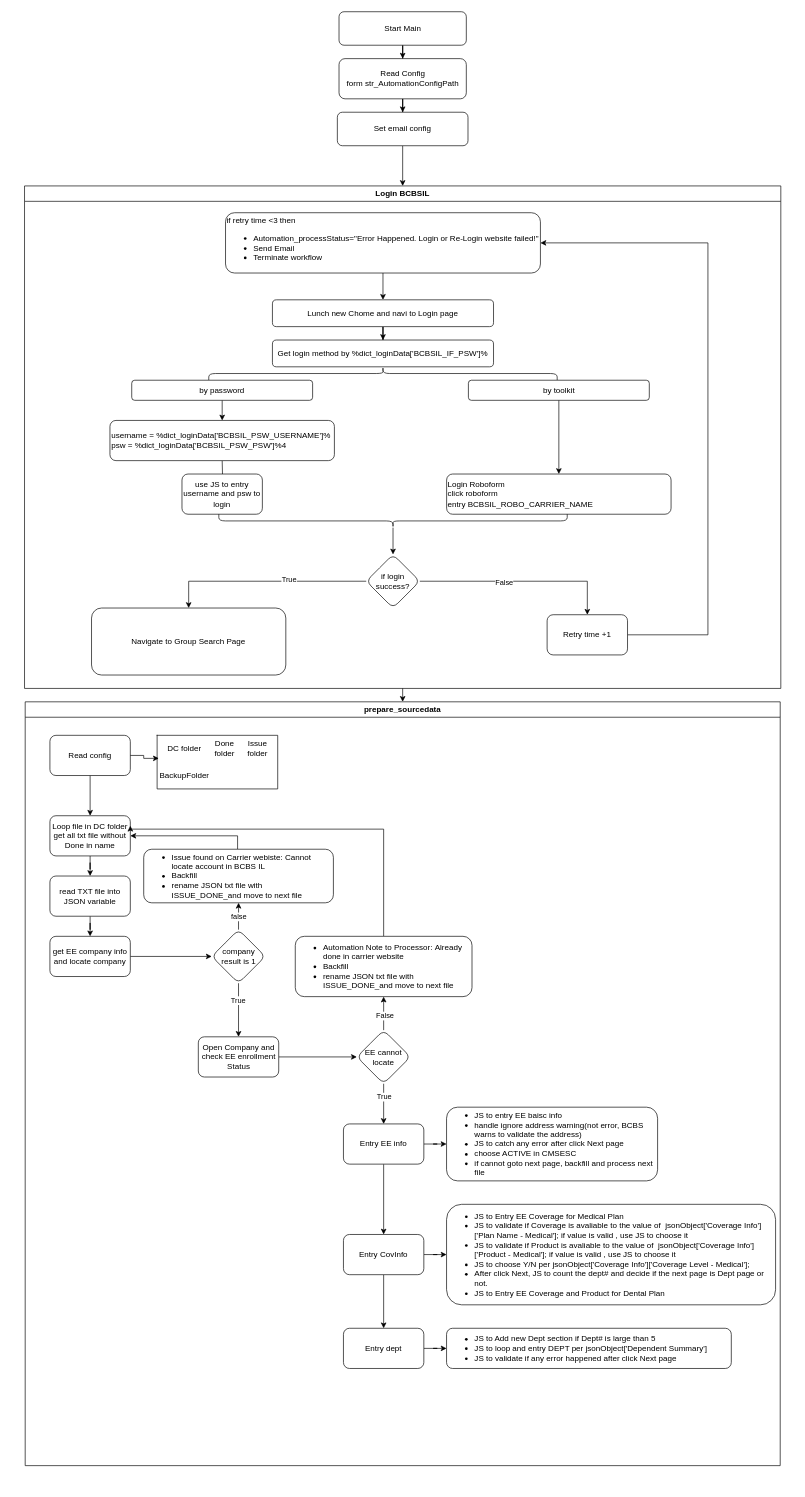
Before: BCBSIL workflow.drawio in explorer2x/EBCOE, a draw.io diagram. Source tidied: cells renumbered, new cells numbered last; positions are measured from the earlier drawing's top-left corner, leaving out a move shared by most shapes. Both pictures are drawn from the tidied source at 67%, with x=0, y=0 at pixel (24, 11).
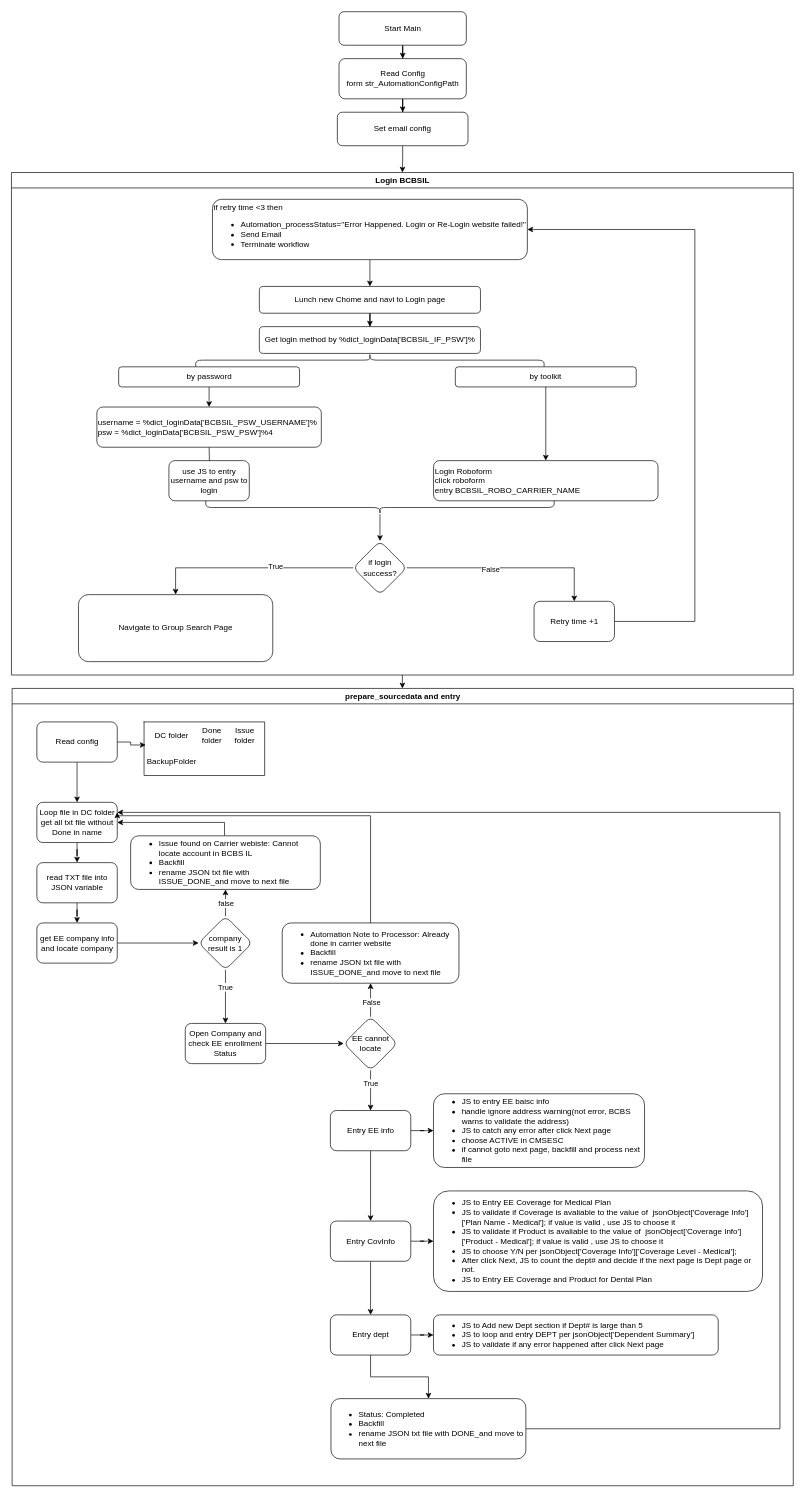
The same diagram, later.

The change refers to these unchanged cells:
```xml
<mxCell id="48" value="Loop file in DC folder&lt;div&gt;get all txt file without Done in name&lt;/div&gt;" style="whiteSpace=wrap;html=1;rounded=1;" parent="34" vertex="1">
  <mxGeometry x="36.9" y="170" width="120" height="60" as="geometry" />
</mxCell>
<mxCell id="78" value="Entry dept" style="whiteSpace=wrap;html=1;rounded=1;" parent="34" vertex="1">
  <mxGeometry x="475" y="935" width="120" height="60" as="geometry" />
</mxCell>
```

What changed in the source:
```diff
@@
     <mxCell id="9" value="Login BCBSIL" style="swimlane;whiteSpace=wrap;html=1;" parent="1" vertex="1">
-      <mxGeometry x="0.1" y="260" width="1128.8" height="750" as="geometry" />
+      <mxGeometry x="-19.4" y="240" width="1166.9" height="750" as="geometry" />
     </mxCell>
@@
-    <mxCell id="34" value="prepare_sourcedata" style="swimlane;whiteSpace=wrap;html=1;" parent="1" vertex="1">
-      <mxGeometry x="1.1" y="1030" width="1126.9" height="1140" as="geometry" />
+    <mxCell id="34" value="prepare_sourcedata and entry" style="swimlane;whiteSpace=wrap;html=1;" parent="1" vertex="1">
+      <mxGeometry x="-18.4" y="1010" width="1165.9" height="1190" as="geometry" />
     </mxCell>
@@
+    <mxCell id="80" style="edgeStyle=orthogonalEdgeStyle;rounded=0;jettySize=auto;html=1;" parent="34" edge="1" source="78" target="82">
+      <mxGeometry relative="1" as="geometry" />
+    </mxCell>
@@
+    <mxCell id="81" style="edgeStyle=orthogonalEdgeStyle;rounded=0;jettySize=auto;html=1;entryX=1;entryY=0.25;entryDx=0;entryDy=0;" parent="34" edge="1" source="82" target="48">
+      <mxGeometry relative="1" as="geometry">
+        <Array as="points">
+          <mxPoint x="1146" y="1105" />
+          <mxPoint x="1146" y="185" />
+        </Array>
+      </mxGeometry>
+    </mxCell>
+    <mxCell id="82" value="&lt;div&gt;&lt;ul style=&quot;text-align: left;&quot;&gt;&lt;li&gt;Status: Completed&lt;/li&gt;&lt;li&gt;Backfill&lt;/li&gt;&lt;li&gt;rename JSON txt file with DONE_and move to next file&lt;/li&gt;&lt;/ul&gt;&lt;/div&gt;" style="whiteSpace=wrap;html=1;rounded=1;" parent="34" vertex="1">
+      <mxGeometry x="475.9" y="1060" width="290.9" height="90" as="geometry" />
+    </mxCell>
```
